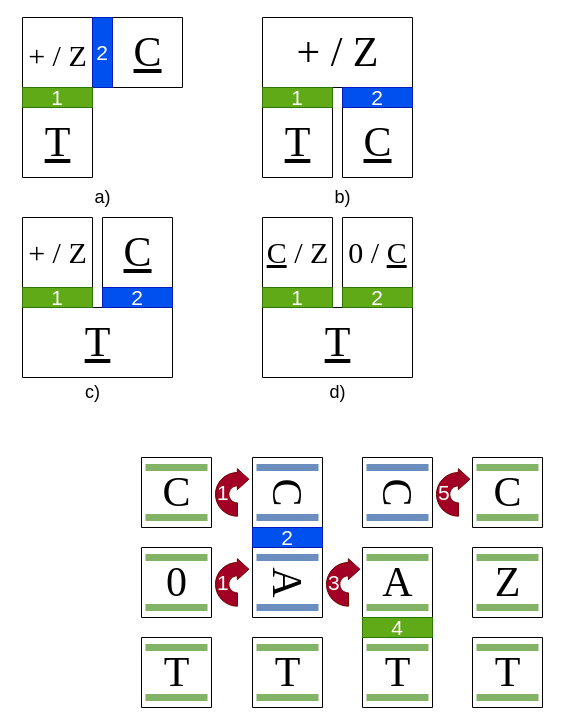
The draw.io diagram translation.drawio in alexandrupaler/alexandrupaler.github.io, before the edit. Source tidied: cells renumbered, new cells numbered last; positions are measured from the earlier drawing's top-left corner, leaving out a move shared by most shapes. Both pictures are drawn from the tidied source at 100%, with x=0, y=0 at pixel (17, 17).
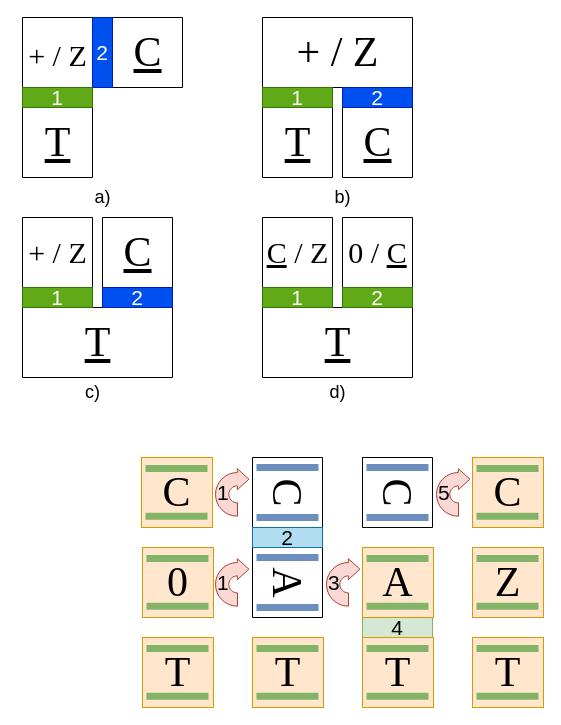
The same diagram, later.

Diff of the diagram source:
```diff
@@
-    <mxCell id="31" style="swimlane;startSize=0;" parent="1" vertex="1">
-      <mxGeometry x="124" y="440" width="70" height="70" as="geometry" />
-    </mxCell>
-    <mxCell id="32" value="&lt;font&gt;C&lt;/font&gt;" style="text;html=1;align=center;verticalAlign=middle;strokeColor=none;fillColor=none;fontSize=42;fontFamily=Garamond;" parent="31" vertex="1">
-      <mxGeometry x="10" y="5" width="50" height="60" as="geometry" />
-    </mxCell>
-    <mxCell id="33" style="endArrow=none;html=1;rounded=0;strokeWidth=7;fillColor=#d5e8d4;strokeColor=#82b366;" parent="31" edge="1">
-      <mxGeometry relative="1" as="geometry">
-        <mxPoint x="4" y="10" as="sourcePoint" />
-        <mxPoint x="66" y="10" as="targetPoint" />
-      </mxGeometry>
-    </mxCell>
-    <mxCell id="34" style="endArrow=none;html=1;rounded=0;strokeWidth=7;fillColor=#d5e8d4;strokeColor=#82b366;" parent="31" edge="1">
-      <mxGeometry relative="1" as="geometry">
-        <mxPoint x="4" y="60" as="sourcePoint" />
-        <mxPoint x="66" y="60" as="targetPoint" />
-      </mxGeometry>
-    </mxCell>
-    <mxCell id="35" style="swimlane;startSize=0;" parent="1" vertex="1">
-      <mxGeometry x="124" y="620" width="70" height="70" as="geometry" />
-    </mxCell>
-    <mxCell id="36" value="T" style="text;html=1;align=center;verticalAlign=middle;strokeColor=none;fillColor=none;fontSize=42;fontFamily=Garamond;" parent="35" vertex="1">
-      <mxGeometry x="10" y="5" width="50" height="60" as="geometry" />
-    </mxCell>
-    <mxCell id="37" style="endArrow=none;html=1;rounded=0;strokeWidth=7;fillColor=#d5e8d4;strokeColor=#82b366;" parent="35" edge="1">
-      <mxGeometry relative="1" as="geometry">
-        <mxPoint x="4" y="10" as="sourcePoint" />
-        <mxPoint x="66" y="10" as="targetPoint" />
-      </mxGeometry>
-    </mxCell>
-    <mxCell id="38" style="endArrow=none;html=1;rounded=0;strokeWidth=7;fillColor=#d5e8d4;strokeColor=#82b366;" parent="35" edge="1">
-      <mxGeometry relative="1" as="geometry">
-        <mxPoint x="4" y="60" as="sourcePoint" />
-        <mxPoint x="66" y="60" as="targetPoint" />
-      </mxGeometry>
-    </mxCell>
-    <mxCell id="39" value="1" style="html=1;shadow=0;dashed=0;align=left;verticalAlign=middle;shape=mxgraph.arrows2.uTurnArrow;dy=6.66;arrowHead=20.98;dx2=11.59;fillColor=#a20025;strokeColor=#6F0000;fontFamily=Helvetica;fontStyle=0;fontSize=21;fontColor=#ffffff;" parent="1" vertex="1">
+    <mxCell id="39" value="1" style="html=1;shadow=0;dashed=0;align=left;verticalAlign=middle;shape=mxgraph.arrows2.uTurnArrow;dy=6.66;arrowHead=20.98;dx2=11.59;fillColor=#fad9d5;strokeColor=#ae4132;fontFamily=Helvetica;fontStyle=0;fontSize=21;" parent="1" vertex="1">
       <mxGeometry x="198" y="451.2" width="22" height="47.5" as="geometry" />
     </mxCell>
@@
-    <mxCell id="44" style="swimlane;startSize=0;" parent="1" vertex="1">
-      <mxGeometry x="124" y="530" width="70" height="70" as="geometry" />
-    </mxCell>
-    <mxCell id="45" value="0" style="text;html=1;align=center;verticalAlign=middle;strokeColor=none;fillColor=none;fontSize=42;fontFamily=Garamond;" parent="44" vertex="1">
-      <mxGeometry x="15" y="5" width="40" height="60" as="geometry" />
-    </mxCell>
-    <mxCell id="46" style="endArrow=none;html=1;rounded=0;strokeWidth=7;fillColor=#d5e8d4;strokeColor=#82b366;" parent="44" edge="1">
-      <mxGeometry relative="1" as="geometry">
-        <mxPoint x="4" y="10" as="sourcePoint" />
-        <mxPoint x="66" y="10" as="targetPoint" />
-      </mxGeometry>
-    </mxCell>
-    <mxCell id="47" style="endArrow=none;html=1;rounded=0;strokeWidth=7;fillColor=#d5e8d4;strokeColor=#82b366;" parent="44" edge="1">
-      <mxGeometry relative="1" as="geometry">
-        <mxPoint x="4" y="60" as="sourcePoint" />
-        <mxPoint x="66" y="60" as="targetPoint" />
-      </mxGeometry>
-    </mxCell>
@@
-    <mxCell id="52" style="swimlane;startSize=0;" parent="1" vertex="1">
-      <mxGeometry x="235" y="620" width="70" height="70" as="geometry" />
-    </mxCell>
-    <mxCell id="53" value="T" style="text;html=1;align=center;verticalAlign=middle;strokeColor=none;fillColor=none;fontSize=42;fontFamily=Garamond;" parent="52" vertex="1">
-      <mxGeometry x="10" y="5" width="50" height="60" as="geometry" />
-    </mxCell>
-    <mxCell id="54" style="endArrow=none;html=1;rounded=0;strokeWidth=7;fillColor=#d5e8d4;strokeColor=#82b366;" parent="52" edge="1">
-      <mxGeometry relative="1" as="geometry">
-        <mxPoint x="4" y="10" as="sourcePoint" />
-        <mxPoint x="66" y="10" as="targetPoint" />
-      </mxGeometry>
-    </mxCell>
-    <mxCell id="55" style="endArrow=none;html=1;rounded=0;strokeWidth=7;fillColor=#d5e8d4;strokeColor=#82b366;" parent="52" edge="1">
-      <mxGeometry relative="1" as="geometry">
-        <mxPoint x="4" y="60" as="sourcePoint" />
-        <mxPoint x="66" y="60" as="targetPoint" />
-      </mxGeometry>
-    </mxCell>
-    <mxCell id="56" style="swimlane;startSize=0;" parent="1" vertex="1">
-      <mxGeometry x="345" y="620" width="70" height="70" as="geometry" />
-    </mxCell>
-    <mxCell id="57" value="T" style="text;html=1;align=center;verticalAlign=middle;strokeColor=none;fillColor=none;fontSize=42;fontFamily=Garamond;" parent="56" vertex="1">
-      <mxGeometry x="10" y="5" width="50" height="60" as="geometry" />
-    </mxCell>
-    <mxCell id="58" style="endArrow=none;html=1;rounded=0;strokeWidth=7;fillColor=#d5e8d4;strokeColor=#82b366;" parent="56" edge="1">
-      <mxGeometry relative="1" as="geometry">
-        <mxPoint x="4" y="10" as="sourcePoint" />
-        <mxPoint x="66" y="10" as="targetPoint" />
-      </mxGeometry>
-    </mxCell>
-    <mxCell id="59" style="endArrow=none;html=1;rounded=0;strokeWidth=7;fillColor=#d5e8d4;strokeColor=#82b366;" parent="56" edge="1">
-      <mxGeometry relative="1" as="geometry">
-        <mxPoint x="4" y="60" as="sourcePoint" />
-        <mxPoint x="66" y="60" as="targetPoint" />
-      </mxGeometry>
-    </mxCell>
@@
-    <mxCell id="64" style="swimlane;startSize=0;" parent="1" vertex="1">
-      <mxGeometry x="345" y="530" width="70" height="70" as="geometry" />
-    </mxCell>
-    <mxCell id="65" value="A" style="text;html=1;align=center;verticalAlign=middle;strokeColor=none;fillColor=none;fontSize=42;fontFamily=Garamond;" parent="64" vertex="1">
-      <mxGeometry x="10" y="5" width="50" height="60" as="geometry" />
-    </mxCell>
-    <mxCell id="66" style="endArrow=none;html=1;rounded=0;strokeWidth=7;fillColor=#d5e8d4;strokeColor=#82b366;" parent="64" edge="1">
-      <mxGeometry relative="1" as="geometry">
-        <mxPoint x="4" y="10" as="sourcePoint" />
-        <mxPoint x="66" y="10" as="targetPoint" />
-      </mxGeometry>
-    </mxCell>
-    <mxCell id="67" style="endArrow=none;html=1;rounded=0;strokeWidth=7;fillColor=#d5e8d4;strokeColor=#82b366;" parent="64" edge="1">
-      <mxGeometry relative="1" as="geometry">
-        <mxPoint x="4" y="60" as="sourcePoint" />
-        <mxPoint x="66" y="60" as="targetPoint" />
-      </mxGeometry>
-    </mxCell>
-    <mxCell id="68" style="swimlane;startSize=0;" parent="1" vertex="1">
-      <mxGeometry x="455" y="440" width="70" height="70" as="geometry" />
-    </mxCell>
-    <mxCell id="69" value="&lt;font&gt;C&lt;/font&gt;" style="text;html=1;align=center;verticalAlign=middle;strokeColor=none;fillColor=none;fontSize=42;fontFamily=Garamond;" parent="68" vertex="1">
-      <mxGeometry x="10" y="5" width="50" height="60" as="geometry" />
-    </mxCell>
-    <mxCell id="70" style="endArrow=none;html=1;rounded=0;strokeWidth=7;fillColor=#d5e8d4;strokeColor=#82b366;" parent="68" edge="1">
-      <mxGeometry relative="1" as="geometry">
-        <mxPoint x="4" y="10" as="sourcePoint" />
-        <mxPoint x="66" y="10" as="targetPoint" />
-      </mxGeometry>
-    </mxCell>
-    <mxCell id="71" style="endArrow=none;html=1;rounded=0;strokeWidth=7;fillColor=#d5e8d4;strokeColor=#82b366;" parent="68" edge="1">
-      <mxGeometry relative="1" as="geometry">
-        <mxPoint x="4" y="60" as="sourcePoint" />
-        <mxPoint x="66" y="60" as="targetPoint" />
-      </mxGeometry>
-    </mxCell>
-    <mxCell id="72" style="swimlane;startSize=0;" parent="1" vertex="1">
-      <mxGeometry x="455" y="620" width="70" height="70" as="geometry" />
-    </mxCell>
-    <mxCell id="73" value="T" style="text;html=1;align=center;verticalAlign=middle;strokeColor=none;fillColor=none;fontSize=42;fontFamily=Garamond;" parent="72" vertex="1">
-      <mxGeometry x="10" y="5" width="50" height="60" as="geometry" />
-    </mxCell>
-    <mxCell id="74" style="endArrow=none;html=1;rounded=0;strokeWidth=7;fillColor=#d5e8d4;strokeColor=#82b366;" parent="72" edge="1">
-      <mxGeometry relative="1" as="geometry">
-        <mxPoint x="4" y="10" as="sourcePoint" />
-        <mxPoint x="66" y="10" as="targetPoint" />
-      </mxGeometry>
-    </mxCell>
-    <mxCell id="75" style="endArrow=none;html=1;rounded=0;strokeWidth=7;fillColor=#d5e8d4;strokeColor=#82b366;" parent="72" edge="1">
-      <mxGeometry relative="1" as="geometry">
-        <mxPoint x="4" y="60" as="sourcePoint" />
-        <mxPoint x="66" y="60" as="targetPoint" />
-      </mxGeometry>
-    </mxCell>
-    <mxCell id="76" style="swimlane;startSize=0;" parent="1" vertex="1">
-      <mxGeometry x="455" y="530" width="70" height="70" as="geometry" />
-    </mxCell>
-    <mxCell id="77" value="Z" style="text;html=1;align=center;verticalAlign=middle;strokeColor=none;fillColor=none;fontSize=42;fontFamily=Garamond;" parent="76" vertex="1">
-      <mxGeometry x="10" y="5" width="50" height="60" as="geometry" />
-    </mxCell>
-    <mxCell id="78" style="endArrow=none;html=1;rounded=0;strokeWidth=7;fillColor=#d5e8d4;strokeColor=#82b366;" parent="76" edge="1">
-      <mxGeometry relative="1" as="geometry">
-        <mxPoint x="4" y="10" as="sourcePoint" />
-        <mxPoint x="66" y="10" as="targetPoint" />
-      </mxGeometry>
-    </mxCell>
-    <mxCell id="79" style="endArrow=none;html=1;rounded=0;strokeWidth=7;fillColor=#d5e8d4;strokeColor=#82b366;" parent="76" edge="1">
-      <mxGeometry relative="1" as="geometry">
-        <mxPoint x="4" y="60" as="sourcePoint" />
-        <mxPoint x="66" y="60" as="targetPoint" />
-      </mxGeometry>
-    </mxCell>
@@
-    <mxCell id="87" value="2" style="rounded=0;whiteSpace=wrap;html=1;fillColor=#0050ef;fontColor=#ffffff;strokeColor=#001DBC;fontSize=21;" parent="1" vertex="1">
+    <mxCell id="87" value="2" style="rounded=0;whiteSpace=wrap;html=1;fillColor=#b1ddf0;strokeColor=#10739e;fontSize=21;" parent="1" vertex="1">
       <mxGeometry x="235" y="510" width="70" height="20" as="geometry" />
     </mxCell>
-    <mxCell id="88" value="4" style="rounded=0;whiteSpace=wrap;html=1;fillColor=#60a917;fontColor=#ffffff;strokeColor=#2D7600;fontSize=21;" parent="1" vertex="1">
+    <mxCell id="88" value="4" style="rounded=0;whiteSpace=wrap;html=1;fillColor=#d5e8d4;strokeColor=#82b366;fontSize=21;" parent="1" vertex="1">
       <mxGeometry x="345" y="600" width="70" height="20" as="geometry" />
     </mxCell>
-    <mxCell id="89" value="1" style="html=1;shadow=0;dashed=0;align=left;verticalAlign=middle;shape=mxgraph.arrows2.uTurnArrow;dy=6.66;arrowHead=20.98;dx2=11.59;fillColor=#a20025;strokeColor=#6F0000;fontFamily=Helvetica;fontStyle=0;fontSize=21;fontColor=#ffffff;" parent="1" vertex="1">
+    <mxCell id="89" value="1" style="html=1;shadow=0;dashed=0;align=left;verticalAlign=middle;shape=mxgraph.arrows2.uTurnArrow;dy=6.66;arrowHead=20.98;dx2=11.59;fillColor=#fad9d5;strokeColor=#ae4132;fontFamily=Helvetica;fontStyle=0;fontSize=21;" parent="1" vertex="1">
       <mxGeometry x="198" y="541.2" width="22" height="47.5" as="geometry" />
     </mxCell>
-    <mxCell id="90" value="3" style="html=1;shadow=0;dashed=0;align=left;verticalAlign=middle;shape=mxgraph.arrows2.uTurnArrow;dy=6.66;arrowHead=20.98;dx2=11.59;fillColor=#a20025;strokeColor=#6F0000;fontFamily=Helvetica;fontStyle=0;fontSize=21;fontColor=#ffffff;" parent="1" vertex="1">
+    <mxCell id="90" value="3" style="html=1;shadow=0;dashed=0;align=left;verticalAlign=middle;shape=mxgraph.arrows2.uTurnArrow;dy=6.66;arrowHead=20.98;dx2=11.59;fillColor=#fad9d5;strokeColor=#ae4132;fontFamily=Helvetica;fontStyle=0;fontSize=21;" parent="1" vertex="1">
       <mxGeometry x="309" y="541.2" width="22" height="47.5" as="geometry" />
     </mxCell>
-    <mxCell id="91" value="&lt;div&gt;5&lt;/div&gt;" style="html=1;shadow=0;dashed=0;align=left;verticalAlign=middle;shape=mxgraph.arrows2.uTurnArrow;dy=6.66;arrowHead=20.98;dx2=11.59;fillColor=#a20025;strokeColor=#6F0000;fontFamily=Helvetica;fontStyle=0;fontSize=21;fontColor=#ffffff;" parent="1" vertex="1">
+    <mxCell id="91" value="&lt;div&gt;5&lt;/div&gt;" style="html=1;shadow=0;dashed=0;align=left;verticalAlign=middle;shape=mxgraph.arrows2.uTurnArrow;dy=6.66;arrowHead=20.98;dx2=11.59;fillColor=#fad9d5;strokeColor=#ae4132;fontFamily=Helvetica;fontStyle=0;fontSize=21;" parent="1" vertex="1">
       <mxGeometry x="419" y="451.2" width="22" height="47.5" as="geometry" />
     </mxCell>
+    <mxCell id="92" style="group;" parent="1" vertex="1">
+      <mxGeometry x="124" y="440" width="71" height="70" as="geometry" />
+    </mxCell>
+    <mxCell id="93" style="rounded=0;whiteSpace=wrap;html=1;fillColor=#ffe6cc;strokeColor=#d79b00;" parent="92" vertex="1">
+      <mxGeometry width="71" height="70" as="geometry" />
+    </mxCell>
+    <mxCell id="33" style="endArrow=none;html=1;rounded=0;strokeWidth=7;fillColor=#d5e8d4;strokeColor=#82b366;" parent="92" edge="1">
+      <mxGeometry relative="1" as="geometry">
+        <mxPoint x="4" y="10.9" as="sourcePoint" />
+        <mxPoint x="66" y="10.9" as="targetPoint" />
+      </mxGeometry>
+    </mxCell>
+    <mxCell id="34" style="endArrow=none;html=1;rounded=0;strokeWidth=7;fillColor=#d5e8d4;strokeColor=#82b366;" parent="92" edge="1">
+      <mxGeometry relative="1" as="geometry">
+        <mxPoint x="4" y="58.8" as="sourcePoint" />
+        <mxPoint x="66" y="58.8" as="targetPoint" />
+      </mxGeometry>
+    </mxCell>
+    <mxCell id="32" value="&lt;font&gt;C&lt;/font&gt;" style="text;html=1;align=center;verticalAlign=middle;strokeColor=none;fillColor=none;fontSize=42;fontFamily=Garamond;" parent="92" vertex="1">
+      <mxGeometry x="10" y="5" width="50" height="60" as="geometry" />
+    </mxCell>
+    <mxCell id="94" style="group;" parent="1" vertex="1">
+      <mxGeometry x="455" y="440" width="71" height="70" as="geometry" />
+    </mxCell>
+    <mxCell id="95" style="rounded=0;whiteSpace=wrap;html=1;fillColor=#ffe6cc;strokeColor=#d79b00;" parent="94" vertex="1">
+      <mxGeometry width="71" height="70" as="geometry" />
+    </mxCell>
+    <mxCell id="96" style="endArrow=none;html=1;rounded=0;strokeWidth=7;fillColor=#d5e8d4;strokeColor=#82b366;" parent="94" edge="1">
+      <mxGeometry relative="1" as="geometry">
+        <mxPoint x="4" y="10.9" as="sourcePoint" />
+        <mxPoint x="66" y="10.9" as="targetPoint" />
+      </mxGeometry>
+    </mxCell>
+    <mxCell id="97" style="endArrow=none;html=1;rounded=0;strokeWidth=7;fillColor=#d5e8d4;strokeColor=#82b366;" parent="94" edge="1">
+      <mxGeometry relative="1" as="geometry">
+        <mxPoint x="4" y="58.8" as="sourcePoint" />
+        <mxPoint x="66" y="58.8" as="targetPoint" />
+      </mxGeometry>
+    </mxCell>
+    <mxCell id="69" value="&lt;font&gt;C&lt;/font&gt;" style="text;html=1;align=center;verticalAlign=middle;strokeColor=none;fillColor=none;fontSize=42;fontFamily=Garamond;" parent="94" vertex="1">
+      <mxGeometry x="10" y="5" width="50" height="60" as="geometry" />
+    </mxCell>
+    <mxCell id="98" style="group;" parent="1" vertex="1">
+      <mxGeometry x="125" y="530" width="71" height="70" as="geometry" />
+    </mxCell>
+    <mxCell id="99" style="rounded=0;whiteSpace=wrap;html=1;fillColor=#ffe6cc;strokeColor=#d79b00;" parent="98" vertex="1">
+      <mxGeometry width="71" height="70" as="geometry" />
+    </mxCell>
+    <mxCell id="100" style="endArrow=none;html=1;rounded=0;strokeWidth=7;fillColor=#d5e8d4;strokeColor=#82b366;" parent="98" edge="1">
+      <mxGeometry relative="1" as="geometry">
+        <mxPoint x="4" y="10.9" as="sourcePoint" />
+        <mxPoint x="66" y="10.9" as="targetPoint" />
+      </mxGeometry>
+    </mxCell>
+    <mxCell id="101" style="endArrow=none;html=1;rounded=0;strokeWidth=7;fillColor=#d5e8d4;strokeColor=#82b366;" parent="98" edge="1">
+      <mxGeometry relative="1" as="geometry">
+        <mxPoint x="4" y="58.8" as="sourcePoint" />
+        <mxPoint x="66" y="58.8" as="targetPoint" />
+      </mxGeometry>
+    </mxCell>
+    <mxCell id="45" value="0" style="text;html=1;align=center;verticalAlign=middle;strokeColor=none;fillColor=none;fontSize=42;fontFamily=Garamond;" parent="98" vertex="1">
+      <mxGeometry x="15" y="5" width="40" height="60" as="geometry" />
+    </mxCell>
+    <mxCell id="102" style="group;" parent="1" vertex="1">
+      <mxGeometry x="235" y="620" width="71" height="70" as="geometry" />
+    </mxCell>
+    <mxCell id="103" style="rounded=0;whiteSpace=wrap;html=1;fillColor=#ffe6cc;strokeColor=#d79b00;" parent="102" vertex="1">
+      <mxGeometry width="71" height="70" as="geometry" />
+    </mxCell>
+    <mxCell id="104" style="endArrow=none;html=1;rounded=0;strokeWidth=7;fillColor=#d5e8d4;strokeColor=#82b366;" parent="102" edge="1">
+      <mxGeometry relative="1" as="geometry">
+        <mxPoint x="4" y="10.9" as="sourcePoint" />
+        <mxPoint x="66" y="10.9" as="targetPoint" />
+      </mxGeometry>
+    </mxCell>
+    <mxCell id="105" style="endArrow=none;html=1;rounded=0;strokeWidth=7;fillColor=#d5e8d4;strokeColor=#82b366;" parent="102" edge="1">
+      <mxGeometry relative="1" as="geometry">
+        <mxPoint x="4" y="58.8" as="sourcePoint" />
+        <mxPoint x="66" y="58.8" as="targetPoint" />
+      </mxGeometry>
+    </mxCell>
+    <mxCell id="106" value="T" style="text;html=1;align=center;verticalAlign=middle;strokeColor=none;fillColor=none;fontSize=42;fontFamily=Garamond;" parent="102" vertex="1">
+      <mxGeometry x="10" y="5" width="50" height="60" as="geometry" />
+    </mxCell>
+    <mxCell id="107" style="group;" parent="1" vertex="1">
+      <mxGeometry x="345" y="620" width="71" height="70" as="geometry" />
+    </mxCell>
+    <mxCell id="108" style="rounded=0;whiteSpace=wrap;html=1;fillColor=#ffe6cc;strokeColor=#d79b00;" parent="107" vertex="1">
+      <mxGeometry width="71" height="70" as="geometry" />
+    </mxCell>
+    <mxCell id="109" style="endArrow=none;html=1;rounded=0;strokeWidth=7;fillColor=#d5e8d4;strokeColor=#82b366;" parent="107" edge="1">
+      <mxGeometry relative="1" as="geometry">
+        <mxPoint x="4" y="10.9" as="sourcePoint" />
+        <mxPoint x="66" y="10.9" as="targetPoint" />
+      </mxGeometry>
+    </mxCell>
+    <mxCell id="110" style="endArrow=none;html=1;rounded=0;strokeWidth=7;fillColor=#d5e8d4;strokeColor=#82b366;" parent="107" edge="1">
+      <mxGeometry relative="1" as="geometry">
+        <mxPoint x="4" y="58.8" as="sourcePoint" />
+        <mxPoint x="66" y="58.8" as="targetPoint" />
+      </mxGeometry>
+    </mxCell>
+    <mxCell id="111" value="T" style="text;html=1;align=center;verticalAlign=middle;strokeColor=none;fillColor=none;fontSize=42;fontFamily=Garamond;" parent="107" vertex="1">
+      <mxGeometry x="10" y="5" width="50" height="60" as="geometry" />
+    </mxCell>
+    <mxCell id="112" style="group;" parent="1" vertex="1">
+      <mxGeometry x="455" y="620" width="71" height="70" as="geometry" />
+    </mxCell>
+    <mxCell id="113" style="rounded=0;whiteSpace=wrap;html=1;fillColor=#ffe6cc;strokeColor=#d79b00;" parent="112" vertex="1">
+      <mxGeometry width="71" height="70" as="geometry" />
+    </mxCell>
+    <mxCell id="114" style="endArrow=none;html=1;rounded=0;strokeWidth=7;fillColor=#d5e8d4;strokeColor=#82b366;" parent="112" edge="1">
+      <mxGeometry relative="1" as="geometry">
+        <mxPoint x="4" y="10.9" as="sourcePoint" />
+        <mxPoint x="66" y="10.9" as="targetPoint" />
+      </mxGeometry>
+    </mxCell>
+    <mxCell id="115" style="endArrow=none;html=1;rounded=0;strokeWidth=7;fillColor=#d5e8d4;strokeColor=#82b366;" parent="112" edge="1">
+      <mxGeometry relative="1" as="geometry">
+        <mxPoint x="4" y="58.8" as="sourcePoint" />
+        <mxPoint x="66" y="58.8" as="targetPoint" />
+      </mxGeometry>
+    </mxCell>
+    <mxCell id="116" value="T" style="text;html=1;align=center;verticalAlign=middle;strokeColor=none;fillColor=none;fontSize=42;fontFamily=Garamond;" parent="112" vertex="1">
+      <mxGeometry x="10" y="5" width="50" height="60" as="geometry" />
+    </mxCell>
+    <mxCell id="117" style="group;" parent="1" vertex="1">
+      <mxGeometry x="125" y="620" width="71" height="70" as="geometry" />
+    </mxCell>
+    <mxCell id="118" style="rounded=0;whiteSpace=wrap;html=1;fillColor=#ffe6cc;strokeColor=#d79b00;" parent="117" vertex="1">
+      <mxGeometry width="71" height="70" as="geometry" />
+    </mxCell>
+    <mxCell id="119" style="endArrow=none;html=1;rounded=0;strokeWidth=7;fillColor=#d5e8d4;strokeColor=#82b366;" parent="117" edge="1">
+      <mxGeometry relative="1" as="geometry">
+        <mxPoint x="4" y="10.9" as="sourcePoint" />
+        <mxPoint x="66" y="10.9" as="targetPoint" />
+      </mxGeometry>
+    </mxCell>
+    <mxCell id="120" style="endArrow=none;html=1;rounded=0;strokeWidth=7;fillColor=#d5e8d4;strokeColor=#82b366;" parent="117" edge="1">
+      <mxGeometry relative="1" as="geometry">
+        <mxPoint x="4" y="58.8" as="sourcePoint" />
+        <mxPoint x="66" y="58.8" as="targetPoint" />
+      </mxGeometry>
+    </mxCell>
+    <mxCell id="121" value="T" style="text;html=1;align=center;verticalAlign=middle;strokeColor=none;fillColor=none;fontSize=42;fontFamily=Garamond;" parent="117" vertex="1">
+      <mxGeometry x="10" y="5" width="50" height="60" as="geometry" />
+    </mxCell>
+    <mxCell id="122" style="group;" parent="1" vertex="1">
+      <mxGeometry x="345" y="530" width="71" height="70" as="geometry" />
+    </mxCell>
+    <mxCell id="123" style="rounded=0;whiteSpace=wrap;html=1;fillColor=#ffe6cc;strokeColor=#d79b00;" parent="122" vertex="1">
+      <mxGeometry width="71" height="70" as="geometry" />
+    </mxCell>
+    <mxCell id="124" style="endArrow=none;html=1;rounded=0;strokeWidth=7;fillColor=#d5e8d4;strokeColor=#82b366;" parent="122" edge="1">
+      <mxGeometry relative="1" as="geometry">
+        <mxPoint x="4" y="10.9" as="sourcePoint" />
+        <mxPoint x="66" y="10.9" as="targetPoint" />
+      </mxGeometry>
+    </mxCell>
+    <mxCell id="125" style="endArrow=none;html=1;rounded=0;strokeWidth=7;fillColor=#d5e8d4;strokeColor=#82b366;" parent="122" edge="1">
+      <mxGeometry relative="1" as="geometry">
+        <mxPoint x="4" y="58.8" as="sourcePoint" />
+        <mxPoint x="66" y="58.8" as="targetPoint" />
+      </mxGeometry>
+    </mxCell>
+    <mxCell id="65" value="A" style="text;html=1;align=center;verticalAlign=middle;strokeColor=none;fillColor=none;fontSize=42;fontFamily=Garamond;" parent="122" vertex="1">
+      <mxGeometry x="10" y="5" width="50" height="60" as="geometry" />
+    </mxCell>
+    <mxCell id="126" style="group;" parent="1" vertex="1">
+      <mxGeometry x="455" y="530" width="71" height="70" as="geometry" />
+    </mxCell>
+    <mxCell id="127" style="rounded=0;whiteSpace=wrap;html=1;fillColor=#ffe6cc;strokeColor=#d79b00;" parent="126" vertex="1">
+      <mxGeometry width="71" height="70" as="geometry" />
+    </mxCell>
+    <mxCell id="128" style="endArrow=none;html=1;rounded=0;strokeWidth=7;fillColor=#d5e8d4;strokeColor=#82b366;" parent="126" edge="1">
+      <mxGeometry relative="1" as="geometry">
+        <mxPoint x="4" y="10.9" as="sourcePoint" />
+        <mxPoint x="66" y="10.9" as="targetPoint" />
+      </mxGeometry>
+    </mxCell>
+    <mxCell id="129" style="endArrow=none;html=1;rounded=0;strokeWidth=7;fillColor=#d5e8d4;strokeColor=#82b366;" parent="126" edge="1">
+      <mxGeometry relative="1" as="geometry">
+        <mxPoint x="4" y="58.8" as="sourcePoint" />
+        <mxPoint x="66" y="58.8" as="targetPoint" />
+      </mxGeometry>
+    </mxCell>
+    <mxCell id="77" value="Z" style="text;html=1;align=center;verticalAlign=middle;strokeColor=none;fillColor=none;fontSize=42;fontFamily=Garamond;" parent="126" vertex="1">
+      <mxGeometry x="10" y="5" width="50" height="60" as="geometry" />
+    </mxCell>
```
